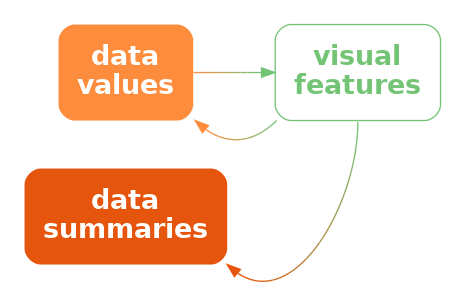
The Graphviz diagram Diagrams/data-vis-stat-decode.png in pmur002/hdvw, before a commit. Its source is kept beside it as Diagrams/data-vis-stat-decode.dot.
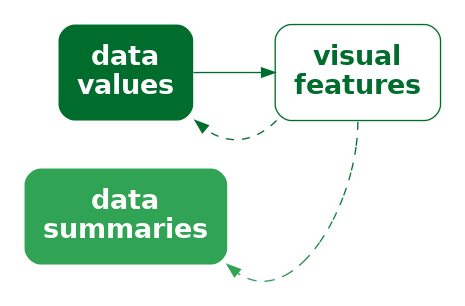
After the commit.

What changed in the source:
```diff
@@ -1,12 +1,12 @@
 digraph {
   graph [ rankdir=LR; margin=.2; nodesep=.5 ];
   node [ fontsize=20; fontname="sans bold"; margin=.2 ];
-  data [ label="data\nvalues"; shape=box; style="filled, rounded"; penwidth=0; fontcolor=white; fillcolor="#FD8D3C" ]
-  stat [ label="data\nsummaries"; shape=box; style="filled, rounded"; penwidth=0; fontcolor=white; fillcolor="#E6550D" ]
+  data [ label="data\nvalues"; shape=box; style="filled, rounded"; penwidth=0; fontcolor=white; fillcolor="#006D2C" ]
+  stat [ label="data\nsummaries"; shape=box; style="filled, rounded"; penwidth=0; fontcolor=white; fillcolor="#31A354" ]
   vis [ label="visual\nfeatures"; shape=box;
-     style="rounded"; color="#74C476"; fontcolor="#74C476" ]
-  data -> vis [ style="bold"; penwidth=1; color="#FD8D3C;0.1:#EE9342;0.1:#DF9949;0.1:#CF9F4F;0.1:#C0A556;0.1:#B1AC5C;0.1:#A2B263;0.1:#92B869;0.1:#83BE70;0.1:#74C476;0.1" ]
-  vis:sw -> data:se [ style="solid", color="#74C476;0.1:#83BE70;0.1:#92B869;0.1:#A2B263;0.1:#B1AC5C;0.1:#C0A556;0.1:#CF9F4F;0.1:#DF9949;0.1:#EE9342;0.1:#FD8D3C;0.1" ]
-  vis:s -> stat:se [ style="solid", color="#74C476;0.1:#81B86A;0.1:#8DAB5F;0.1:#9A9F53;0.1:#A79347;0.1:#B3863C;0.1:#C07A30;0.1:#CD6E24;0.1:#D96119;0.1:#E6550D;0.1" ]
+     style="rounded"; color="#006D2C"; fontcolor="#006D2C" ]
+  data -> vis [ style="bold"; penwidth=1; color="#006D2C" ]
+  vis:sw -> data:se [ style="dashed", color="#006D2C" ]
+  vis:s -> stat:se [ style="dashed", color="#006D2C;0.1:#057330;0.1:#0B7935;0.1:#107F39;0.1:#16853E;0.1:#1B8B42;0.1:#219147;0.1:#26974B;0.1:#2C9D50;0.1:#31A354;0.1" ]
 { rank=same; data, stat }
 }
```
